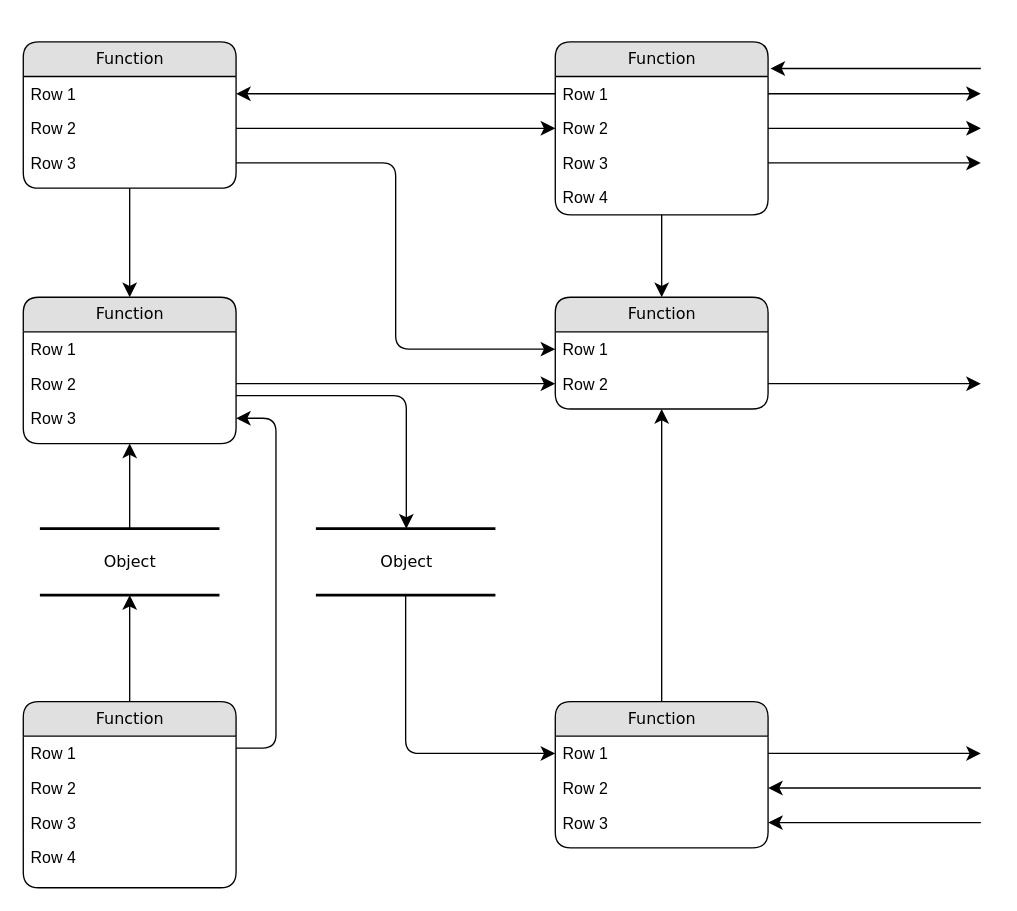
Above: Untitled Diagram.drawio in Yamarbel/betsgroup (draw.io), before the change. Source tidied: cells renumbered, new cells numbered last; positions are measured from the earlier drawing's top-left corner, leaving out a move shared by most shapes. Both pictures are drawn from the tidied source at 133%, with x=0, y=0 at pixel (23, 41).
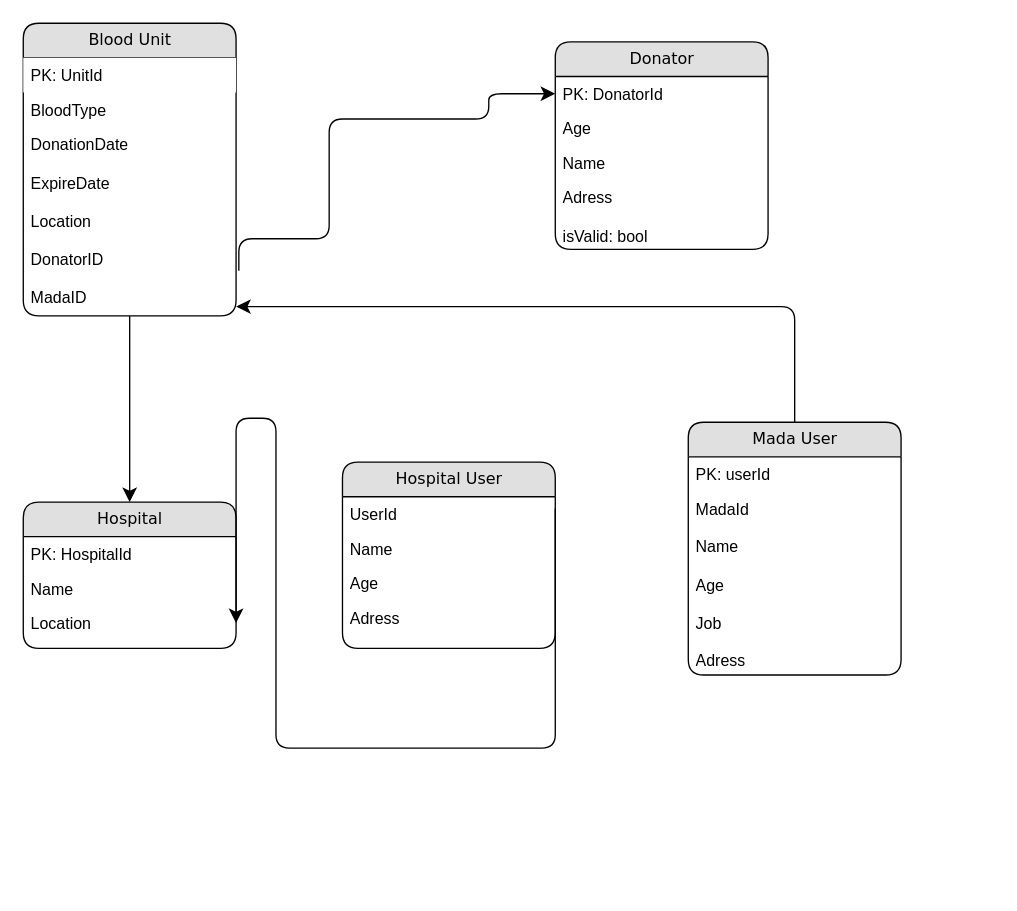
Above is the later version.

The edit, as a diff of the source:
```diff
@@
-    <mxCell id="2" value="Object" style="html=1;rounded=0;shadow=0;comic=0;labelBackgroundColor=none;strokeWidth=2;fontFamily=Verdana;fontSize=12;align=center;shape=mxgraph.ios7ui.horLines;" parent="1" vertex="1">
-      <mxGeometry x="12.5" y="366" width="135" height="50" as="geometry" />
-    </mxCell>
-    <mxCell id="3" value="Function" style="swimlane;html=1;fontStyle=0;horizontal=1;startSize=26;fillColor=#e0e0e0;swimlaneFillColor=#ffffff;align=center;rounded=1;shadow=0;comic=0;labelBackgroundColor=none;strokeWidth=1;fontFamily=Verdana;fontSize=12;" parent="1" vertex="1">
-      <mxGeometry width="160" height="110" as="geometry" />
+    <mxCell id="3" value="Blood Unit" style="swimlane;html=1;fontStyle=0;horizontal=1;startSize=26;fillColor=#e0e0e0;swimlaneFillColor=#ffffff;align=center;rounded=1;shadow=0;comic=0;labelBackgroundColor=none;strokeWidth=1;fontFamily=Verdana;fontSize=12;" parent="1" vertex="1">
+      <mxGeometry y="-14" width="160" height="220" as="geometry" />
     </mxCell>
+    <mxCell id="6" value="PK: UnitId" style="text;html=1;spacingLeft=4;spacingRight=4;whiteSpace=wrap;overflow=hidden;points=[[0,0.5],[1,0.5]];portConstraint=eastwest;fillColor=#ffffff;" parent="3" vertex="1">
+      <mxGeometry y="26" width="160" height="26" as="geometry" />
+    </mxCell>
-    <mxCell id="4" value="Row 1" style="text;html=1;strokeColor=none;fillColor=none;spacingLeft=4;spacingRight=4;whiteSpace=wrap;overflow=hidden;points=[[0,0.5],[1,0.5]];portConstraint=eastwest;" parent="3" vertex="1">
-      <mxGeometry y="26" width="160" height="26" as="geometry" />
+    <mxCell id="4" value="BloodType" style="text;html=1;strokeColor=none;fillColor=none;spacingLeft=4;spacingRight=4;whiteSpace=wrap;overflow=hidden;points=[[0,0.5],[1,0.5]];portConstraint=eastwest;" parent="3" vertex="1">
+      <mxGeometry y="52" width="160" height="26" as="geometry" />
     </mxCell>
-    <mxCell id="5" value="Row 2" style="text;html=1;strokeColor=none;fillColor=none;spacingLeft=4;spacingRight=4;whiteSpace=wrap;overflow=hidden;points=[[0,0.5],[1,0.5]];portConstraint=eastwest;" parent="3" vertex="1">
-      <mxGeometry y="52" width="160" height="26" as="geometry" />
+    <mxCell id="5" value="DonationDate&lt;br&gt;&lt;br&gt;ExpireDate&lt;br&gt;&lt;br&gt;Location&lt;br&gt;&lt;br&gt;DonatorID&lt;br&gt;&lt;br&gt;MadaID&lt;br&gt;" style="text;html=1;strokeColor=none;fillColor=none;spacingLeft=4;spacingRight=4;whiteSpace=wrap;overflow=hidden;points=[[0,0.5],[1,0.5]];portConstraint=eastwest;" parent="3" vertex="1">
+      <mxGeometry y="78" width="160" height="142" as="geometry" />
     </mxCell>
-    <mxCell id="6" value="Row 3" style="text;html=1;strokeColor=none;fillColor=none;spacingLeft=4;spacingRight=4;whiteSpace=wrap;overflow=hidden;points=[[0,0.5],[1,0.5]];portConstraint=eastwest;" parent="3" vertex="1">
-      <mxGeometry y="78" width="160" height="26" as="geometry" />
-    </mxCell>
-    <mxCell id="7" value="Function" style="swimlane;html=1;fontStyle=0;horizontal=1;startSize=26;fillColor=#e0e0e0;swimlaneFillColor=#ffffff;align=center;rounded=1;shadow=0;comic=0;labelBackgroundColor=none;strokeWidth=1;fontFamily=Verdana;fontSize=12;" parent="1" vertex="1">
-      <mxGeometry x="400" width="160" height="130" as="geometry" />
+    <mxCell id="7" value="Donator" style="swimlane;html=1;fontStyle=0;horizontal=1;startSize=26;fillColor=#e0e0e0;swimlaneFillColor=#ffffff;align=center;rounded=1;shadow=0;comic=0;labelBackgroundColor=none;strokeWidth=1;fontFamily=Verdana;fontSize=12;" parent="1" vertex="1">
+      <mxGeometry x="400" width="160" height="156" as="geometry" />
     </mxCell>
-    <mxCell id="8" value="Row 1" style="text;html=1;strokeColor=none;fillColor=none;spacingLeft=4;spacingRight=4;whiteSpace=wrap;overflow=hidden;points=[[0,0.5],[1,0.5]];portConstraint=eastwest;" parent="7" vertex="1">
+    <mxCell id="8" value="PK: DonatorId" style="text;html=1;strokeColor=none;fillColor=none;spacingLeft=4;spacingRight=4;whiteSpace=wrap;overflow=hidden;points=[[0,0.5],[1,0.5]];portConstraint=eastwest;" parent="7" vertex="1">
       <mxGeometry y="26" width="160" height="26" as="geometry" />
     </mxCell>
+    <mxCell id="10" value="Age" style="text;html=1;strokeColor=none;fillColor=none;spacingLeft=4;spacingRight=4;whiteSpace=wrap;overflow=hidden;points=[[0,0.5],[1,0.5]];portConstraint=eastwest;" parent="7" vertex="1">
+      <mxGeometry y="52" width="160" height="26" as="geometry" />
+    </mxCell>
-    <mxCell id="9" value="Row 2" style="text;html=1;strokeColor=none;fillColor=none;spacingLeft=4;spacingRight=4;whiteSpace=wrap;overflow=hidden;points=[[0,0.5],[1,0.5]];portConstraint=eastwest;" parent="7" vertex="1">
-      <mxGeometry y="52" width="160" height="26" as="geometry" />
+    <mxCell id="9" value="Name" style="text;html=1;strokeColor=none;fillColor=none;spacingLeft=4;spacingRight=4;whiteSpace=wrap;overflow=hidden;points=[[0,0.5],[1,0.5]];portConstraint=eastwest;" parent="7" vertex="1">
+      <mxGeometry y="78" width="160" height="26" as="geometry" />
     </mxCell>
-    <mxCell id="10" value="Row 3" style="text;html=1;strokeColor=none;fillColor=none;spacingLeft=4;spacingRight=4;whiteSpace=wrap;overflow=hidden;points=[[0,0.5],[1,0.5]];portConstraint=eastwest;" parent="7" vertex="1">
-      <mxGeometry y="78" width="160" height="26" as="geometry" />
-    </mxCell>
-    <mxCell id="11" value="Row 4" style="text;html=1;strokeColor=none;fillColor=none;spacingLeft=4;spacingRight=4;whiteSpace=wrap;overflow=hidden;" parent="7" vertex="1">
-      <mxGeometry y="104" width="160" height="26" as="geometry" />
+    <mxCell id="11" value="Adress&lt;br&gt;&lt;br&gt;isValid: bool" style="text;html=1;strokeColor=none;fillColor=none;spacingLeft=4;spacingRight=4;whiteSpace=wrap;overflow=hidden;" parent="7" vertex="1">
+      <mxGeometry y="104" width="160" height="46" as="geometry" />
     </mxCell>
-    <mxCell id="12" value="Function" style="swimlane;html=1;fontStyle=0;horizontal=1;startSize=26;fillColor=#e0e0e0;swimlaneFillColor=#ffffff;align=center;rounded=1;shadow=0;comic=0;labelBackgroundColor=none;strokeWidth=1;fontFamily=Verdana;fontSize=12;" parent="1" vertex="1">
-      <mxGeometry y="192" width="160" height="110" as="geometry" />
+    <mxCell id="12" value="Hospital" style="swimlane;html=1;fontStyle=0;horizontal=1;startSize=26;fillColor=#e0e0e0;swimlaneFillColor=#ffffff;align=center;rounded=1;shadow=0;comic=0;labelBackgroundColor=none;strokeWidth=1;fontFamily=Verdana;fontSize=12;" parent="1" vertex="1">
+      <mxGeometry y="346" width="160" height="110" as="geometry" />
     </mxCell>
-    <mxCell id="13" value="Row 1" style="text;html=1;strokeColor=none;fillColor=none;spacingLeft=4;spacingRight=4;whiteSpace=wrap;overflow=hidden;" parent="12" vertex="1">
+    <mxCell id="13" value="PK: HospitalId" style="text;html=1;strokeColor=none;fillColor=none;spacingLeft=4;spacingRight=4;whiteSpace=wrap;overflow=hidden;" parent="12" vertex="1">
       <mxGeometry y="26" width="160" height="26" as="geometry" />
     </mxCell>
-    <mxCell id="14" value="Row 2" style="text;html=1;strokeColor=none;fillColor=none;spacingLeft=4;spacingRight=4;whiteSpace=wrap;overflow=hidden;points=[[0,0.5],[1,0.5]];portConstraint=eastwest;" parent="12" vertex="1">
+    <mxCell id="14" value="Name" style="text;html=1;strokeColor=none;fillColor=none;spacingLeft=4;spacingRight=4;whiteSpace=wrap;overflow=hidden;points=[[0,0.5],[1,0.5]];portConstraint=eastwest;" parent="12" vertex="1">
       <mxGeometry y="52" width="160" height="26" as="geometry" />
     </mxCell>
-    <mxCell id="15" value="Row 3" style="text;html=1;strokeColor=none;fillColor=none;spacingLeft=4;spacingRight=4;whiteSpace=wrap;overflow=hidden;points=[[0,0.5],[1,0.5]];portConstraint=eastwest;" parent="12" vertex="1">
+    <mxCell id="15" value="Location" style="text;html=1;strokeColor=none;fillColor=none;spacingLeft=4;spacingRight=4;whiteSpace=wrap;overflow=hidden;points=[[0,0.5],[1,0.5]];portConstraint=eastwest;" parent="12" vertex="1">
       <mxGeometry y="78" width="160" height="26" as="geometry" />
     </mxCell>
-    <mxCell id="16" value="Function" style="swimlane;html=1;fontStyle=0;horizontal=1;startSize=26;fillColor=#e0e0e0;swimlaneFillColor=#ffffff;align=center;rounded=1;shadow=0;comic=0;labelBackgroundColor=none;strokeWidth=1;fontFamily=Verdana;fontSize=12;" parent="1" vertex="1">
-      <mxGeometry y="496" width="160" height="140" as="geometry" />
+    <mxCell id="16" value="Hospital User" style="swimlane;html=1;fontStyle=0;horizontal=1;startSize=26;fillColor=#e0e0e0;swimlaneFillColor=#ffffff;align=center;rounded=1;shadow=0;comic=0;labelBackgroundColor=none;strokeWidth=1;fontFamily=Verdana;fontSize=12;" parent="1" vertex="1">
+      <mxGeometry x="240" y="316" width="160" height="140" as="geometry" />
     </mxCell>
-    <mxCell id="17" value="Row 1" style="text;html=1;strokeColor=none;fillColor=none;spacingLeft=4;spacingRight=4;whiteSpace=wrap;overflow=hidden;" parent="16" vertex="1">
+    <mxCell id="17" value="UserId" style="text;html=1;strokeColor=none;fillColor=none;spacingLeft=4;spacingRight=4;whiteSpace=wrap;overflow=hidden;" parent="16" vertex="1">
       <mxGeometry y="26" width="160" height="26" as="geometry" />
     </mxCell>
-    <mxCell id="18" value="Row 2" style="text;html=1;strokeColor=none;fillColor=none;spacingLeft=4;spacingRight=4;whiteSpace=wrap;overflow=hidden;" parent="16" vertex="1">
+    <mxCell id="18" value="Name" style="text;html=1;strokeColor=none;fillColor=none;spacingLeft=4;spacingRight=4;whiteSpace=wrap;overflow=hidden;" parent="16" vertex="1">
       <mxGeometry y="52" width="160" height="26" as="geometry" />
     </mxCell>
-    <mxCell id="19" value="Row 3" style="text;html=1;strokeColor=none;fillColor=none;spacingLeft=4;spacingRight=4;whiteSpace=wrap;overflow=hidden;" parent="16" vertex="1">
+    <mxCell id="19" value="Age" style="text;html=1;strokeColor=none;fillColor=none;spacingLeft=4;spacingRight=4;whiteSpace=wrap;overflow=hidden;" parent="16" vertex="1">
       <mxGeometry y="78" width="160" height="26" as="geometry" />
     </mxCell>
-    <mxCell id="20" value="Row 4" style="text;html=1;strokeColor=none;fillColor=none;spacingLeft=4;spacingRight=4;whiteSpace=wrap;overflow=hidden;" parent="16" vertex="1">
+    <mxCell id="20" value="Adress" style="text;html=1;strokeColor=none;fillColor=none;spacingLeft=4;spacingRight=4;whiteSpace=wrap;overflow=hidden;" parent="16" vertex="1">
       <mxGeometry y="104" width="160" height="26" as="geometry" />
     </mxCell>
-    <mxCell id="21" value="Function" style="swimlane;html=1;fontStyle=0;horizontal=1;startSize=26;fillColor=#e0e0e0;swimlaneFillColor=#ffffff;align=center;rounded=1;shadow=0;comic=0;labelBackgroundColor=none;strokeWidth=1;fontFamily=Verdana;fontSize=12;" parent="1" vertex="1">
-      <mxGeometry x="400" y="192" width="160" height="84" as="geometry" />
-    </mxCell>
-    <mxCell id="22" value="Row 1" style="text;html=1;strokeColor=none;fillColor=none;spacingLeft=4;spacingRight=4;whiteSpace=wrap;overflow=hidden;points=[[0,0.5],[1,0.5]];portConstraint=eastwest;" parent="21" vertex="1">
-      <mxGeometry y="26" width="160" height="26" as="geometry" />
-    </mxCell>
-    <mxCell id="23" value="Row 2" style="text;html=1;strokeColor=none;fillColor=none;spacingLeft=4;spacingRight=4;whiteSpace=wrap;overflow=hidden;points=[[0,0.5],[1,0.5]];portConstraint=eastwest;" parent="21" vertex="1">
-      <mxGeometry y="52" width="160" height="26" as="geometry" />
-    </mxCell>
-    <mxCell id="24" value="Function" style="swimlane;html=1;fontStyle=0;horizontal=1;startSize=26;fillColor=#e0e0e0;swimlaneFillColor=#ffffff;align=center;rounded=1;shadow=0;comic=0;labelBackgroundColor=none;strokeWidth=1;fontFamily=Verdana;fontSize=12;" parent="1" vertex="1">
-      <mxGeometry x="400" y="496" width="160" height="110" as="geometry" />
+    <mxCell id="24" value="Mada User" style="swimlane;html=1;fontStyle=0;horizontal=1;startSize=26;fillColor=#e0e0e0;swimlaneFillColor=#ffffff;align=center;rounded=1;shadow=0;comic=0;labelBackgroundColor=none;strokeWidth=1;fontFamily=Verdana;fontSize=12;" parent="1" vertex="1">
+      <mxGeometry x="500" y="286" width="160" height="190" as="geometry" />
     </mxCell>
-    <mxCell id="25" value="Row 1" style="text;html=1;strokeColor=none;fillColor=none;spacingLeft=4;spacingRight=4;whiteSpace=wrap;overflow=hidden;points=[[0,0.5],[1,0.5]];portConstraint=eastwest;" parent="24" vertex="1">
+    <mxCell id="25" value="PK: userId&lt;br&gt;" style="text;html=1;strokeColor=none;fillColor=none;spacingLeft=4;spacingRight=4;whiteSpace=wrap;overflow=hidden;points=[[0,0.5],[1,0.5]];portConstraint=eastwest;" parent="24" vertex="1">
       <mxGeometry y="26" width="160" height="26" as="geometry" />
     </mxCell>
-    <mxCell id="26" value="Row 2" style="text;html=1;strokeColor=none;fillColor=none;spacingLeft=4;spacingRight=4;whiteSpace=wrap;overflow=hidden;points=[[0,0.5],[1,0.5]];portConstraint=eastwest;" parent="24" vertex="1">
-      <mxGeometry y="52" width="160" height="26" as="geometry" />
+    <mxCell id="26" value="MadaId" style="text;html=1;strokeColor=none;fillColor=none;spacingLeft=4;spacingRight=4;whiteSpace=wrap;overflow=hidden;points=[[0,0.5],[1,0.5]];portConstraint=eastwest;" parent="24" vertex="1">
+      <mxGeometry y="52" width="160" height="28" as="geometry" />
     </mxCell>
-    <mxCell id="27" value="Row 3" style="text;html=1;strokeColor=none;fillColor=none;spacingLeft=4;spacingRight=4;whiteSpace=wrap;overflow=hidden;points=[[0,0.5],[1,0.5]];portConstraint=eastwest;" parent="24" vertex="1">
-      <mxGeometry y="78" width="160" height="26" as="geometry" />
+    <mxCell id="27" value="Name&lt;br&gt;&lt;br&gt;Age&lt;br&gt;&lt;br&gt;Job&lt;br&gt;&lt;br&gt;Adress" style="text;html=1;strokeColor=none;fillColor=none;spacingLeft=4;spacingRight=4;whiteSpace=wrap;overflow=hidden;points=[[0,0.5],[1,0.5]];portConstraint=eastwest;" parent="24" vertex="1">
+      <mxGeometry y="80" width="160" height="110" as="geometry" />
     </mxCell>
-    <mxCell id="28" value="Object" style="html=1;rounded=0;shadow=0;comic=0;labelBackgroundColor=none;strokeWidth=2;fontFamily=Verdana;fontSize=12;align=center;shape=mxgraph.ios7ui.horLines;" parent="1" vertex="1">
-      <mxGeometry x="220" y="366" width="135" height="50" as="geometry" />
-    </mxCell>
-    <mxCell id="29" style="edgeStyle=none;html=1;labelBackgroundColor=none;startFill=0;startSize=8;endFill=1;endSize=8;fontFamily=Verdana;fontSize=12;" parent="1" edge="1" source="16" target="2">
-      <mxGeometry relative="1" as="geometry" />
-    </mxCell>
-    <mxCell id="30" style="edgeStyle=none;html=1;labelBackgroundColor=none;startFill=0;startSize=8;endFill=1;endSize=8;fontFamily=Verdana;fontSize=12;" parent="1" edge="1" source="2" target="12">
-      <mxGeometry relative="1" as="geometry" />
-    </mxCell>
@@
-    <mxCell id="32" style="edgeStyle=orthogonalEdgeStyle;html=1;labelBackgroundColor=none;startFill=0;startSize=8;endFill=1;endSize=8;fontFamily=Verdana;fontSize=12;" parent="1" edge="1" source="28" target="25">
-      <mxGeometry x="-0.13" y="32" relative="1" as="geometry" />
-    </mxCell>
-    <mxCell id="33" style="edgeStyle=orthogonalEdgeStyle;html=1;labelBackgroundColor=none;startFill=0;startSize=8;endFill=1;endSize=8;fontFamily=Verdana;fontSize=12;" parent="1" edge="1" source="12" target="28">
-      <mxGeometry relative="1" as="geometry">
-        <Array as="points">
-          <mxPoint x="288" y="266" />
-        </Array>
-      </mxGeometry>
-    </mxCell>
@@
-    <mxCell id="35" style="edgeStyle=orthogonalEdgeStyle;html=1;labelBackgroundColor=none;startFill=0;startSize=8;endFill=1;endSize=8;fontFamily=Verdana;fontSize=12;" parent="1" edge="1" source="24" target="21">
+    <mxCell id="35" style="edgeStyle=orthogonalEdgeStyle;html=1;labelBackgroundColor=none;startFill=0;startSize=8;endFill=1;endSize=8;fontFamily=Verdana;fontSize=12;entryX=1;entryY=0.951;entryDx=0;entryDy=0;entryPerimeter=0;" parent="1" edge="1" source="24" target="5">
       <mxGeometry relative="1" as="geometry" />
     </mxCell>
-    <mxCell id="36" style="edgeStyle=orthogonalEdgeStyle;html=1;labelBackgroundColor=none;startFill=0;startSize=8;endFill=1;endSize=8;fontFamily=Verdana;fontSize=12;" parent="1" edge="1" source="7" target="21">
-      <mxGeometry relative="1" as="geometry" />
-    </mxCell>
-    <mxCell id="37" style="edgeStyle=orthogonalEdgeStyle;html=1;entryX=0;entryY=0.5;labelBackgroundColor=none;startFill=0;startSize=8;endFill=1;endSize=8;fontFamily=Verdana;fontSize=12;exitX=1;exitY=0.5;" parent="1" edge="1" source="5" target="9">
-      <mxGeometry relative="1" as="geometry" />
+    <mxCell id="37" style="edgeStyle=orthogonalEdgeStyle;html=1;labelBackgroundColor=none;startFill=0;startSize=8;endFill=1;endSize=8;fontFamily=Verdana;fontSize=12;entryX=0;entryY=0.5;entryDx=0;entryDy=0;exitX=1.013;exitY=0.761;exitDx=0;exitDy=0;exitPerimeter=0;" parent="1" edge="1" source="5" target="8">
+      <mxGeometry relative="1" as="geometry">
+        <Array as="points">
+          <mxPoint x="162" y="148" />
+          <mxPoint x="230" y="148" />
+          <mxPoint x="230" y="58" />
+          <mxPoint x="350" y="58" />
+          <mxPoint x="350" y="39" />
+        </Array>
+      </mxGeometry>
     </mxCell>
-    <mxCell id="38" style="edgeStyle=orthogonalEdgeStyle;html=1;exitX=0;exitY=0.5;entryX=1;entryY=0.5;labelBackgroundColor=none;startFill=0;startSize=8;endFill=1;endSize=8;fontFamily=Verdana;fontSize=12;" parent="1" edge="1" source="8" target="4">
-      <mxGeometry relative="1" as="geometry" />
-    </mxCell>
-    <mxCell id="39" style="edgeStyle=orthogonalEdgeStyle;html=1;exitX=1;exitY=0.5;entryX=0;entryY=0.5;labelBackgroundColor=none;startFill=0;startSize=8;endFill=1;endSize=8;fontFamily=Verdana;fontSize=12;" parent="1" edge="1" source="6" target="22">
-      <mxGeometry relative="1" as="geometry" />
-    </mxCell>
-    <mxCell id="40" style="edgeStyle=orthogonalEdgeStyle;html=1;exitX=1;exitY=0.5;entryX=0;entryY=0.5;labelBackgroundColor=none;startFill=0;startSize=8;endFill=1;endSize=8;fontFamily=Verdana;fontSize=12;" parent="1" edge="1" source="14" target="23">
-      <mxGeometry relative="1" as="geometry" />
-    </mxCell>
-    <mxCell id="41" style="edgeStyle=orthogonalEdgeStyle;html=1;labelBackgroundColor=none;startFill=0;startSize=8;endFill=1;endSize=8;fontFamily=Verdana;fontSize=12;" parent="1" edge="1" source="23">
-      <mxGeometry relative="1" as="geometry">
-        <mxPoint x="720" y="257" as="targetPoint" />
-      </mxGeometry>
-    </mxCell>
-    <mxCell id="42" style="edgeStyle=orthogonalEdgeStyle;html=1;exitX=1;exitY=0.5;labelBackgroundColor=none;startFill=0;startSize=8;endFill=1;endSize=8;fontFamily=Verdana;fontSize=12;" parent="1" edge="1" source="25">
-      <mxGeometry relative="1" as="geometry">
-        <mxPoint x="720" y="535" as="targetPoint" />
-      </mxGeometry>
-    </mxCell>
-    <mxCell id="43" style="edgeStyle=orthogonalEdgeStyle;html=1;labelBackgroundColor=none;startFill=0;startSize=8;endFill=1;endSize=8;fontFamily=Verdana;fontSize=12;entryX=1;entryY=0.5;" parent="1" edge="1" target="26">
-      <mxGeometry relative="1" as="geometry">
-        <mxPoint x="720" y="561" as="sourcePoint" />
-        <Array as="points">
-          <mxPoint x="720" y="561" />
-        </Array>
-      </mxGeometry>
-    </mxCell>
-    <mxCell id="44" style="edgeStyle=orthogonalEdgeStyle;html=1;labelBackgroundColor=none;startFill=0;startSize=8;endFill=1;endSize=8;fontFamily=Verdana;fontSize=12;entryX=1;entryY=0.5;" parent="1" edge="1" target="27">
-      <mxGeometry relative="1" as="geometry">
-        <mxPoint x="720" y="587" as="sourcePoint" />
-        <Array as="points">
-          <mxPoint x="640" y="587" />
-          <mxPoint x="640" y="587" />
-        </Array>
-      </mxGeometry>
-    </mxCell>
-    <mxCell id="45" style="edgeStyle=orthogonalEdgeStyle;html=1;exitX=1;exitY=0.5;labelBackgroundColor=none;startFill=0;startSize=8;endFill=1;endSize=8;fontFamily=Verdana;fontSize=12;" parent="1" edge="1" source="8">
-      <mxGeometry relative="1" as="geometry">
-        <mxPoint x="720" y="39" as="targetPoint" />
-      </mxGeometry>
-    </mxCell>
-    <mxCell id="46" style="edgeStyle=orthogonalEdgeStyle;html=1;exitX=1;exitY=0.5;labelBackgroundColor=none;startFill=0;startSize=8;endFill=1;endSize=8;fontFamily=Verdana;fontSize=12;" parent="1" edge="1" source="9">
-      <mxGeometry relative="1" as="geometry">
-        <mxPoint x="720" y="65" as="targetPoint" />
-      </mxGeometry>
-    </mxCell>
-    <mxCell id="47" style="edgeStyle=orthogonalEdgeStyle;html=1;exitX=1;exitY=0.5;labelBackgroundColor=none;startFill=0;startSize=8;endFill=1;endSize=8;fontFamily=Verdana;fontSize=12;" parent="1" edge="1" source="10">
-      <mxGeometry relative="1" as="geometry">
-        <mxPoint x="720" y="91" as="targetPoint" />
-      </mxGeometry>
-    </mxCell>
-    <mxCell id="48" style="edgeStyle=elbowEdgeStyle;html=1;labelBackgroundColor=none;startFill=0;startSize=8;endFill=1;endSize=8;fontFamily=Verdana;fontSize=12;elbow=vertical;entryX=1.011;entryY=0.152;entryPerimeter=0;" parent="1" edge="1" target="7">
-      <mxGeometry relative="1" as="geometry">
-        <mxPoint x="720" y="20" as="sourcePoint" />
-        <Array as="points">
-          <mxPoint x="650" y="20" />
-        </Array>
-      </mxGeometry>
-    </mxCell>
```
